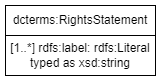
This is CEH-DCAT-AP/diagrams/dcat-dcterms-rightsstatement-accessrights.png from NERC-CEH/digital-objects-ontology, a draw.io export, as it was before one commit. Source tidied: cells renumbered, new cells last; positions are measured from the earlier drawing's top-left corner, leaving out a move shared by most shapes. The source it was exported from:
```xml
<mxGraphModel>
  <root>
    <mxCell id="0" />
    <mxCell id="1" parent="0" />
    <mxCell id="2" value="dcterms:RightsStatement" style="rounded=0;whiteSpace=wrap;html=1;" parent="1" vertex="1">
      <mxGeometry width="150" height="30" as="geometry" />
    </mxCell>
    <mxCell id="3" value="&lt;div&gt;[1..*] rdfs:label&lt;span style=&quot;background-color: transparent; color: light-dark(rgb(0, 0, 0), rgb(255, 255, 255));&quot;&gt;:&amp;nbsp;rdfs:Literal&lt;/span&gt;&lt;/div&gt;&lt;div&gt;typed as xsd:string&lt;/div&gt;" style="rounded=0;whiteSpace=wrap;html=1;" parent="1" vertex="1">
      <mxGeometry y="30" width="150" height="40" as="geometry" />
    </mxCell>
  </root>
</mxGraphModel>
```
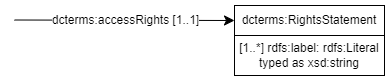
Later version of the same file.

Diff of the diagram source:
```diff
@@ -8,5 +8,16 @@
     <mxCell id="3" value="&lt;div&gt;[1..*] rdfs:label&lt;span style=&quot;background-color: transparent; color: light-dark(rgb(0, 0, 0), rgb(255, 255, 255));&quot;&gt;:&amp;nbsp;rdfs:Literal&lt;/span&gt;&lt;/div&gt;&lt;div&gt;typed as xsd:string&lt;/div&gt;" style="rounded=0;whiteSpace=wrap;html=1;" parent="1" vertex="1">
       <mxGeometry y="30" width="150" height="40" as="geometry" />
     </mxCell>
+    <mxCell id="4" style="endArrow=classic;html=1;exitX=1;exitY=0.5;exitDx=0;exitDy=0;entryX=0;entryY=0.5;entryDx=0;entryDy=0;endSize=8;arcSize=0;rounded=0;" parent="1" edge="1">
+      <mxGeometry relative="1" as="geometry">
+        <mxPoint x="-220" y="14.5" as="sourcePoint" />
+        <mxPoint y="15" as="targetPoint" />
+      </mxGeometry>
+    </mxCell>
+    <mxCell id="5" value="&lt;font style=&quot;font-size: 12px;&quot;&gt;dcterms:accessRights [1..1]&lt;/font&gt;" style="edgeLabel;html=1;align=center;verticalAlign=middle;" parent="4" vertex="1">
+      <mxGeometry x="-0.02" y="3" relative="1" as="geometry">
+        <mxPoint x="2" y="3" as="offset" />
+      </mxGeometry>
+    </mxCell>
   </root>
 </mxGraphModel>
```
